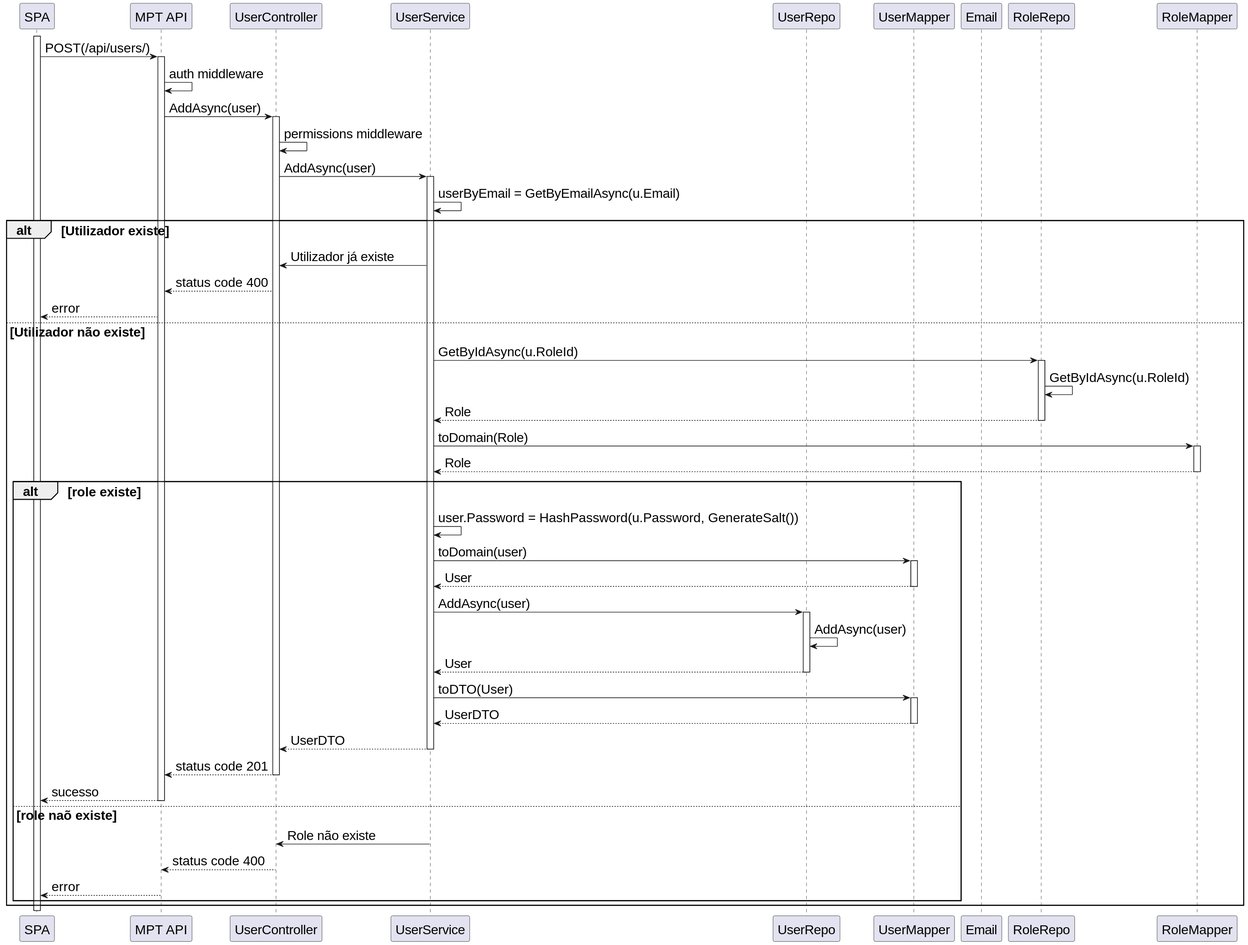
Above: docs/SprintC/nivel3/mpt/N3_US10.svg in ruben1132/PI5_23-24 (PlantUML), before the change.
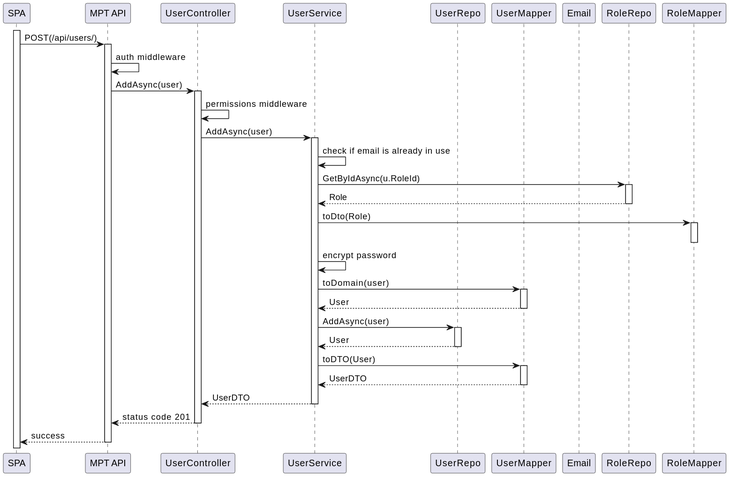
Later version of the same file.

Change to the diagram source:
```diff
@@ -1,5 +1,4 @@
 @startuml
-skinparamlocked defaultFontSize 20
 participant SPA
 participant "MPT API" as API
 participant "UserController" as Ctrl
@@ -22,57 +21,46 @@
 Ctrl -> Srv: AddAsync(user)
 activate Srv
 
-Srv -> Srv: userByEmail = GetByEmailAsync(u.Email)
+Srv -> Srv: check if email is already in use
 
-alt Utilizador existe
-    Srv -> Ctrl: Utilizador já existe
-    Ctrl --> API: status code 400
-    API --> SPA: error
-else Utilizador não existe
 
-    Srv -> rr: GetByIdAsync(u.RoleId)
-    activate rr
-    rr -> rr: GetByIdAsync(u.RoleId)
-    rr --> Srv: Role
-    deactivate rr
+Srv -> rr: GetByIdAsync(u.RoleId)
+activate rr
+rr --> Srv: Role
+deactivate rr
 
-    Srv -> rm: toDomain(Role)
-    activate rm
-    rm --> Srv: Role
-    deactivate rm
+Srv -> rm: toDto(Role)
+activate rm
+deactivate rm
 
-    alt role existe
 
-        Srv -> Srv: user.Password = HashPassword(u.Password, GenerateSalt())
+Srv -> Srv: encrypt password
 
-        Srv -> Map: toDomain(user)
-        activate Map
-        Map --> Srv: User
-        deactivate Map
+Srv -> Map: toDomain(user)
+activate Map
+Map --> Srv: User
+deactivate Map
 
-        Srv -> Repo: AddAsync(user)
-        activate Repo
-        Repo -> Repo: AddAsync(user)
-        Repo --> Srv: User
-        deactivate Repo
+Srv -> Repo: AddAsync(user)
+activate Repo
+Repo --> Srv: User
+deactivate Repo
 
-        Srv -> Map: toDTO(User)
-        activate Map
-        Map --> Srv: UserDTO
-        deactivate Map
+Srv -> Map: toDTO(User)
+activate Map
+Map --> Srv: UserDTO
+deactivate Map
 
-        Srv --> Ctrl: UserDTO
-        deactivate Srv
+Srv --> Ctrl: UserDTO
+deactivate Srv
 
-        Ctrl --> API: status code 201
-        deactivate Ctrl
+Ctrl --> API: status code 201
+deactivate Ctrl
 
-        API --> SPA: sucesso
-        deactivate API
-    else role naõ existe
-        Srv -> Ctrl: Role não existe
-        Ctrl --> API: status code 400
-        API --> SPA: error
-    end
-end
+API --> SPA: success
+deactivate API
+
+
+
+
 @enduml
```
